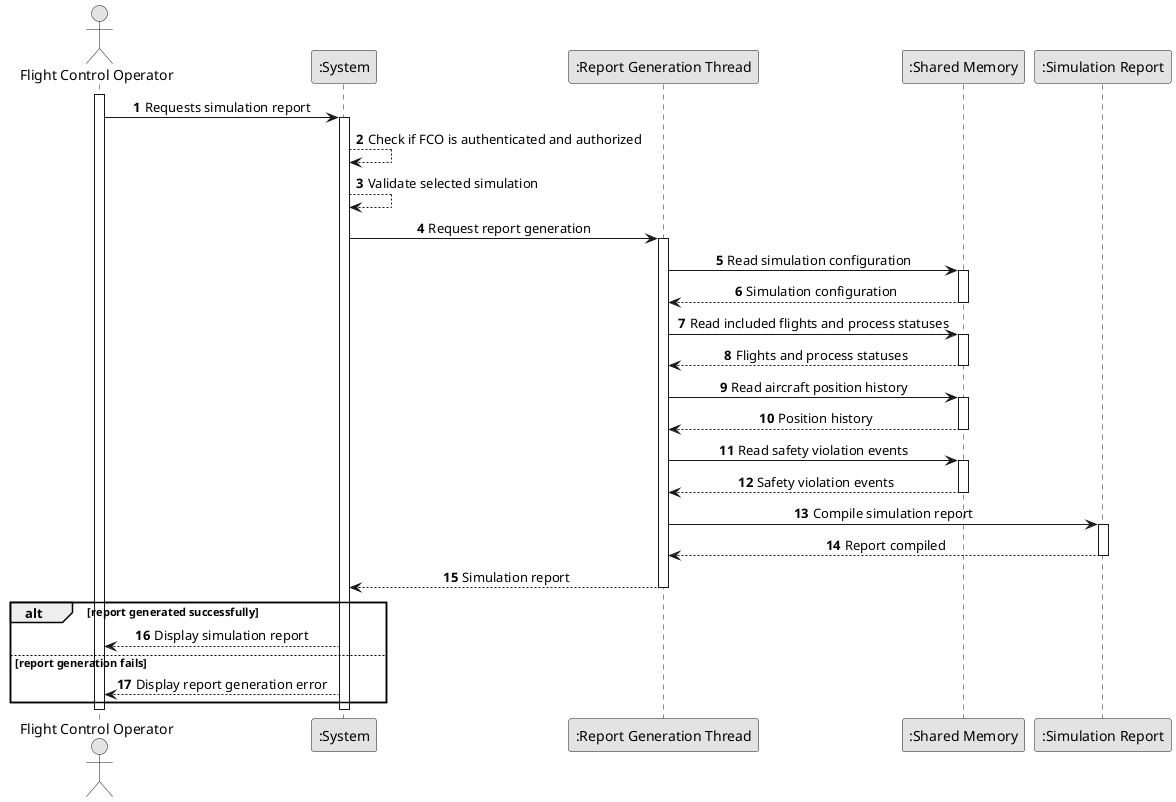
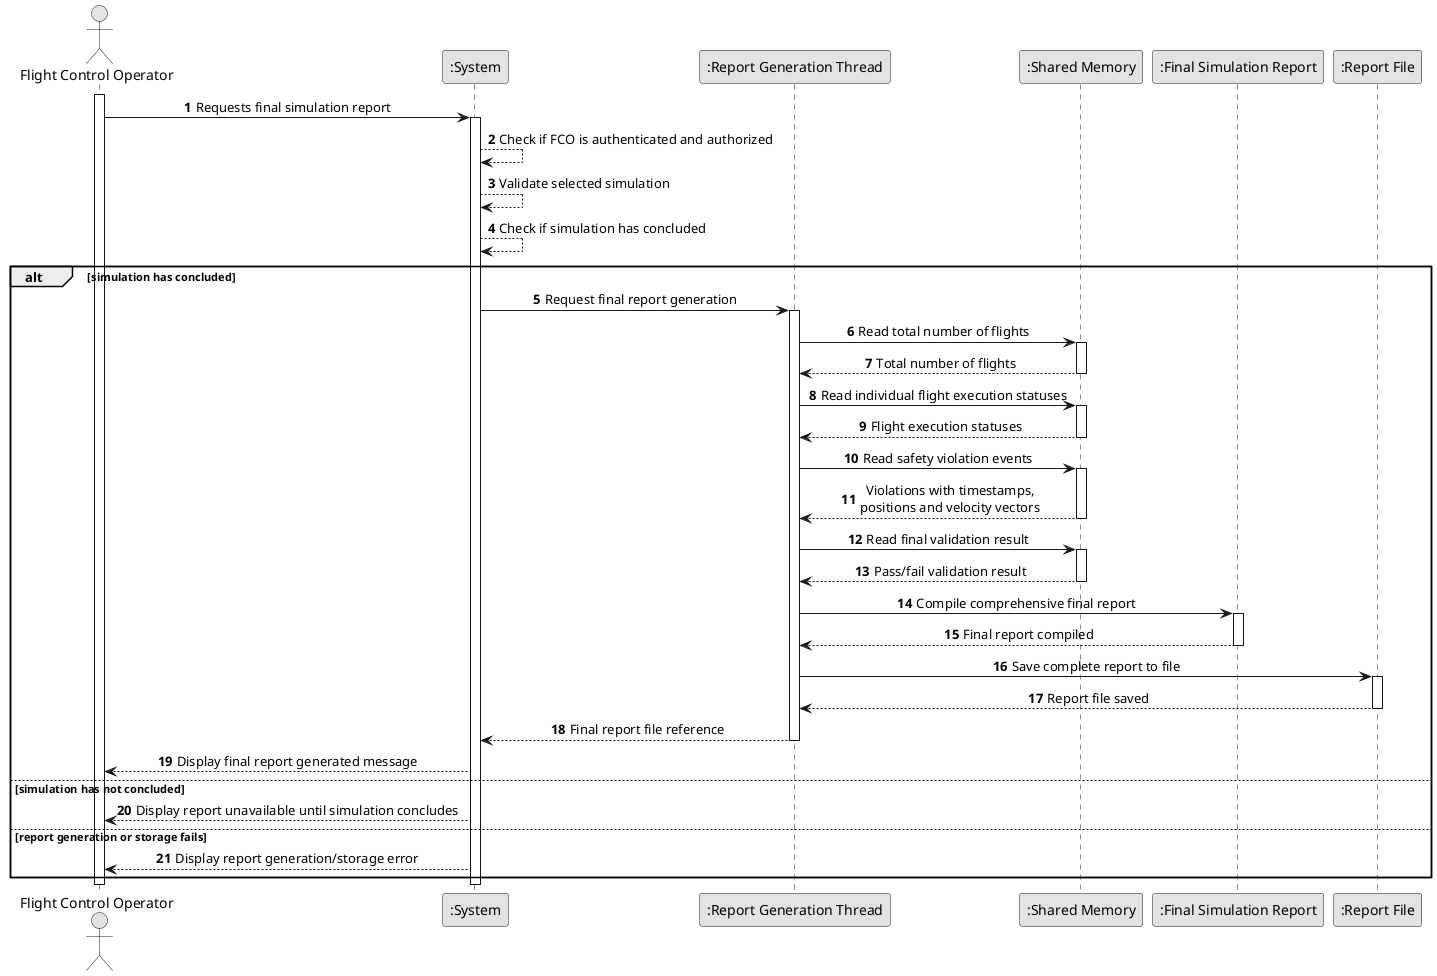
@startuml
skinparam monochrome true
skinparam packageStyle rectangle
skinparam shadowing false
skinparam sequenceMessageAlign center
autonumber

actor "Flight Control Operator" as FCO
participant ":System" as System
participant ":Report Generation Thread" as ReportThread
participant ":Shared Memory" as SharedMemory
- participant ":Simulation Report" as Report
+ participant ":Final Simulation Report" as Report
+ participant ":Report File" as ReportFile

activate FCO

- FCO -> System : Requests simulation report
+ FCO -> System : Requests final simulation report

activate System
System --> System : Check if FCO is authenticated and authorized
System --> System : Validate selected simulation
- System -> ReportThread : Request report generation
+ System --> System : Check if simulation has concluded

- activate ReportThread
- ReportThread -> SharedMemory : Read simulation configuration
- activate SharedMemory
- SharedMemory --> ReportThread : Simulation configuration
- deactivate SharedMemory
+ alt simulation has concluded

- ReportThread -> SharedMemory : Read included flights and process statuses
- activate SharedMemory
- SharedMemory --> ReportThread : Flights and process statuses
- deactivate SharedMemory
+     System -> ReportThread : Request final report generation

- ReportThread -> SharedMemory : Read aircraft position history
- activate SharedMemory
- SharedMemory --> ReportThread : Position history
- deactivate SharedMemory
+     activate ReportThread

- ReportThread -> SharedMemory : Read safety violation events
- activate SharedMemory
- SharedMemory --> ReportThread : Safety violation events
- deactivate SharedMemory
+     ReportThread -> SharedMemory : Read total number of flights
+     activate SharedMemory
+     SharedMemory --> ReportThread : Total number of flights
+     deactivate SharedMemory

- ReportThread -> Report : Compile simulation report
- activate Report
- Report --> ReportThread : Report compiled
- deactivate Report
+     ReportThread -> SharedMemory : Read individual flight execution statuses
+     activate SharedMemory
+     SharedMemory --> ReportThread : Flight execution statuses
+     deactivate SharedMemory

- ReportThread --> System : Simulation report
- deactivate ReportThread
+     ReportThread -> SharedMemory : Read safety violation events
+     activate SharedMemory
+     SharedMemory --> ReportThread : Violations with timestamps,\npositions and velocity vectors
+     deactivate SharedMemory

- alt report generated successfully
-     System --> FCO : Display simulation report
- else report generation fails
-     System --> FCO : Display report generation error
+     ReportThread -> SharedMemory : Read final validation result
+     activate SharedMemory
+     SharedMemory --> ReportThread : Pass/fail validation result
+     deactivate SharedMemory
+ 
+     ReportThread -> Report : Compile comprehensive final report
+     activate Report
+     Report --> ReportThread : Final report compiled
+     deactivate Report
+ 
+     ReportThread -> ReportFile : Save complete report to file
+     activate ReportFile
+     ReportFile --> ReportThread : Report file saved
+     deactivate ReportFile
+ 
+     ReportThread --> System : Final report file reference
+     deactivate ReportThread
+ 
+     System --> FCO : Display final report generated message
+ 
+ else simulation has not concluded
+ 
+     System --> FCO : Display report unavailable until simulation concludes
+ 
+ else report generation or storage fails
+ 
+     System --> FCO : Display report generation/storage error
+ 
end

deactivate System
deactivate FCO

@enduml